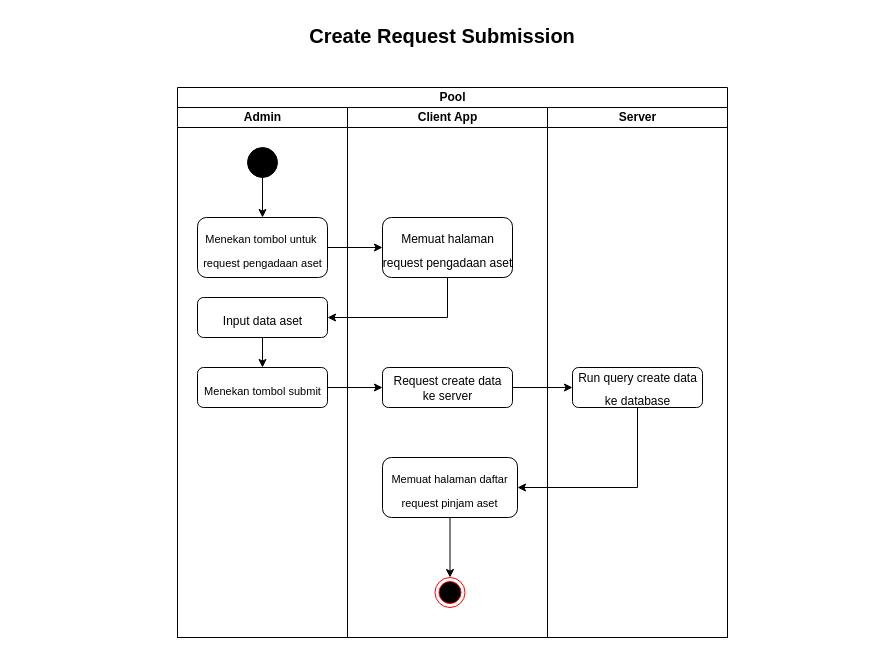
This is page "AD-Request Submission" (4 of 6) of Untitled Diagram.drawio from alifandartaa/BPMN-MCC72, a draw.io file, before an edit. Source tidied: cells renumbered, new cells numbered last; positions are measured from the earlier drawing's top-left corner, leaving out a move shared by most shapes. Both pictures are drawn from the tidied source at 100%, with x=0, y=0 at pixel (17, 17).
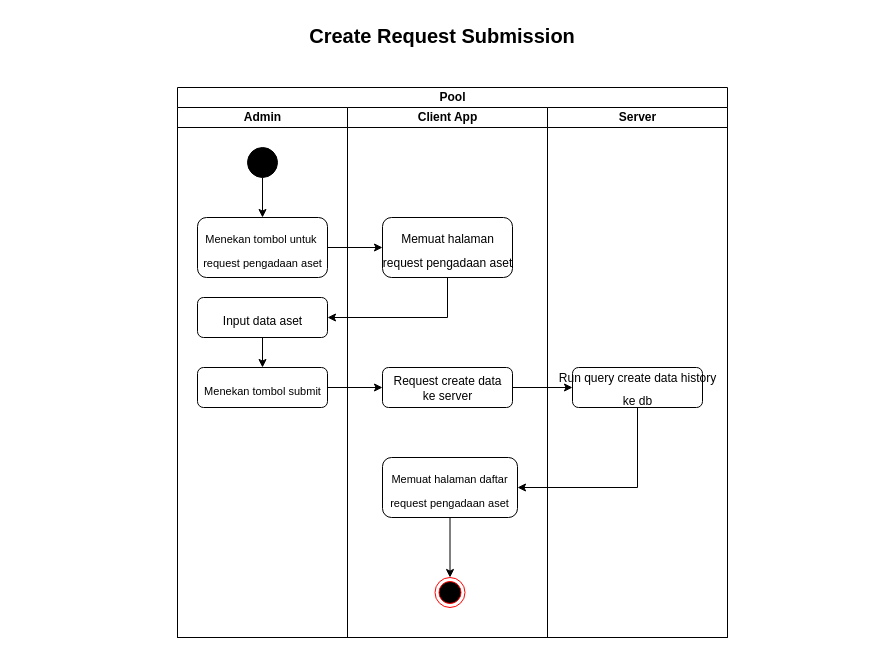
After the change.

Unchanged cells that the change refers to:
```xml
<mxCell id="10" value="Client App" style="swimlane;startSize=20;html=1;" parent="2" vertex="1">
  <mxGeometry x="170" y="20" width="200" height="530" as="geometry" />
</mxCell>
<mxCell id="16" value="Server" style="swimlane;startSize=20;html=1;" parent="2" vertex="1">
  <mxGeometry x="370" y="20" width="180" height="530" as="geometry" />
</mxCell>
```

Diff of the diagram source:
```diff
@@
-    <mxCell id="13" value="&lt;font style=&quot;font-size: 11px;&quot;&gt;Memuat halaman daftar request pinjam aset&lt;/font&gt;" style="rounded=1;whiteSpace=wrap;html=1;fontSize=20;fillColor=#FFFFFF;dashed=0;strokeWidth=1;" parent="10" vertex="1">
+    <mxCell id="13" value="&lt;font style=&quot;font-size: 11px;&quot;&gt;Memuat halaman daftar request&amp;nbsp;&lt;span style=&quot;&quot;&gt;pengadaan&lt;/span&gt;&amp;nbsp;aset&lt;/font&gt;" style="rounded=1;whiteSpace=wrap;html=1;fontSize=20;fillColor=#FFFFFF;dashed=0;strokeWidth=1;" parent="10" vertex="1">
       <mxGeometry x="35" y="350" width="135" height="60" as="geometry" />
     </mxCell>
@@
-    <mxCell id="17" value="&lt;p style=&quot;line-height: 0%;&quot;&gt;&lt;font style=&quot;font-size: 12px;&quot;&gt;Run query create data&lt;/font&gt;&lt;/p&gt;&lt;p style=&quot;line-height: 0%;&quot;&gt;&lt;font style=&quot;font-size: 12px;&quot;&gt;ke database&lt;/font&gt;&lt;/p&gt;" style="html=1;dashed=0;whitespace=wrap;strokeColor=default;strokeWidth=1;fontSize=20;fillColor=#FFFFFF;rounded=1;" parent="16" vertex="1">
+    <mxCell id="17" value="&lt;p style=&quot;line-height: 0%;&quot;&gt;&lt;font style=&quot;font-size: 12px;&quot;&gt;Run query create data history&lt;/font&gt;&lt;/p&gt;&lt;p style=&quot;line-height: 0%;&quot;&gt;&lt;font style=&quot;font-size: 12px;&quot;&gt;ke db&lt;/font&gt;&lt;/p&gt;" style="html=1;dashed=0;whitespace=wrap;strokeColor=default;strokeWidth=1;fontSize=20;fillColor=#FFFFFF;rounded=1;" parent="16" vertex="1">
       <mxGeometry x="25" y="260" width="130" height="40" as="geometry" />
     </mxCell>
```
